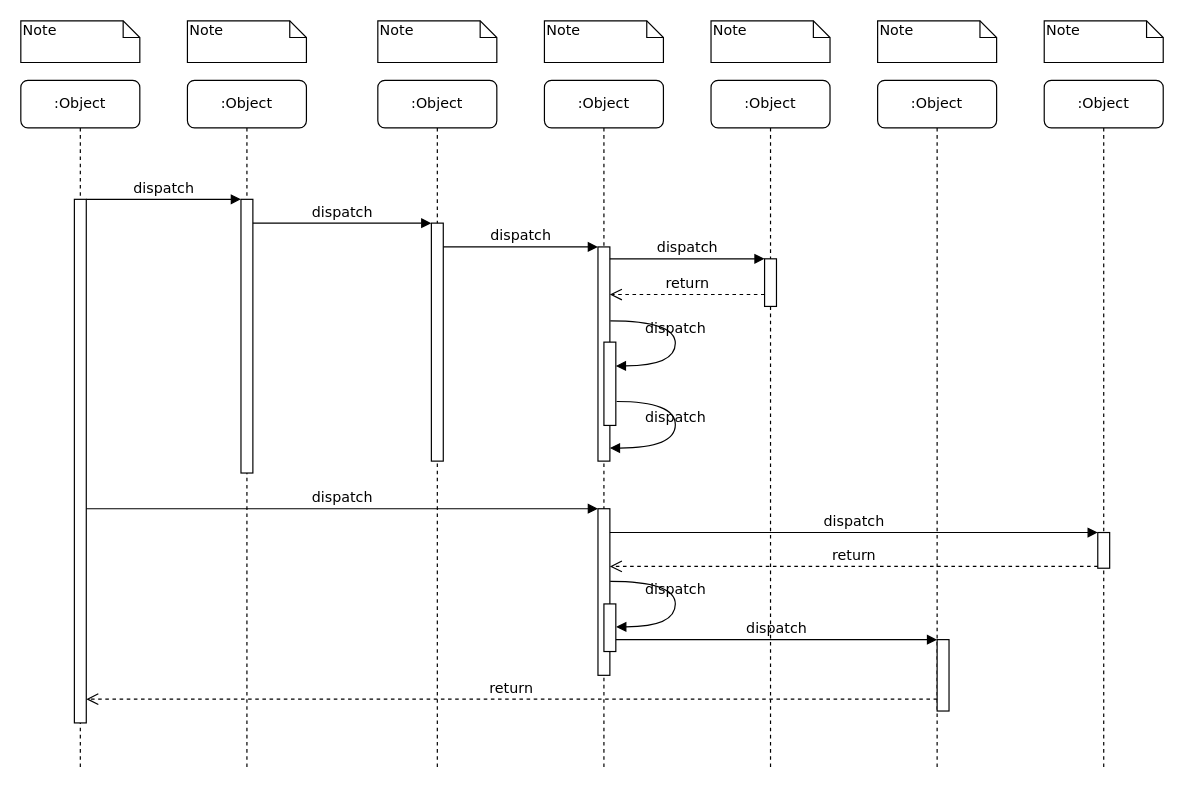
Before: UseCase/UC007_Seq.drawio in ShuYu03/ShuYu03.github.io, a draw.io diagram. Source tidied: cells renumbered, new cells numbered last; positions are measured from the earlier drawing's top-left corner, leaving out a move shared by most shapes. Both pictures are drawn from the tidied source at 119%, with x=0, y=0 at pixel (20, 20).
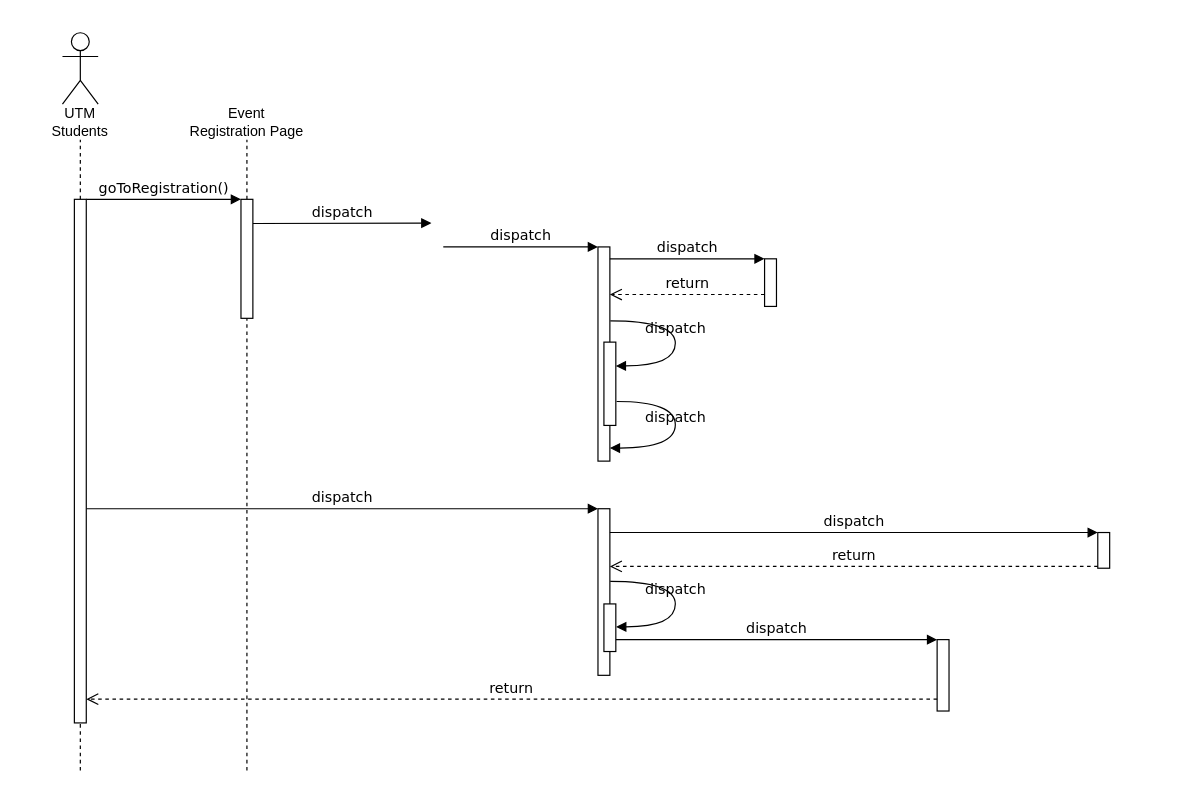
Above is the later version.

The change refers to these unchanged cells:
```xml
<mxCell id="12" style="html=1;points=[];perimeter=orthogonalPerimeter;rounded=0;shadow=0;comic=0;labelBackgroundColor=none;strokeWidth=1;fontFamily=Verdana;fontSize=12;align=center;" parent="1" vertex="1">
  <mxGeometry x="485" y="190" width="10" height="180" as="geometry" />
</mxCell>
```

Change to the diagram source:
```diff
@@
-    <mxCell id="2" value=":Object" style="shape=umlLifeline;perimeter=lifelinePerimeter;whiteSpace=wrap;html=1;rounded=1;shadow=0;comic=0;labelBackgroundColor=none;strokeWidth=1;fontFamily=Verdana;fontSize=12;align=center;" parent="1" vertex="1">
-      <mxGeometry x="140" y="50" width="100" height="580" as="geometry" />
-    </mxCell>
-    <mxCell id="3" style="html=1;points=[];perimeter=orthogonalPerimeter;rounded=0;shadow=0;comic=0;labelBackgroundColor=none;strokeWidth=1;fontFamily=Verdana;fontSize=12;align=center;" parent="2" vertex="1">
-      <mxGeometry x="45" y="100" width="10" height="230" as="geometry" />
-    </mxCell>
-    <mxCell id="4" value=":Object" style="shape=umlLifeline;perimeter=lifelinePerimeter;whiteSpace=wrap;html=1;rounded=1;shadow=0;comic=0;labelBackgroundColor=none;strokeWidth=1;fontFamily=Verdana;fontSize=12;align=center;" parent="1" vertex="1">
-      <mxGeometry x="300" y="50" width="100" height="580" as="geometry" />
-    </mxCell>
-    <mxCell id="5" style="html=1;points=[];perimeter=orthogonalPerimeter;rounded=0;shadow=0;comic=0;labelBackgroundColor=none;strokeWidth=1;fontFamily=Verdana;fontSize=12;align=center;" parent="4" vertex="1">
-      <mxGeometry x="45" y="120" width="10" height="200" as="geometry" />
-    </mxCell>
-    <mxCell id="6" value=":Object" style="shape=umlLifeline;perimeter=lifelinePerimeter;whiteSpace=wrap;html=1;rounded=1;shadow=0;comic=0;labelBackgroundColor=none;strokeWidth=1;fontFamily=Verdana;fontSize=12;align=center;" parent="1" vertex="1">
-      <mxGeometry x="440" y="50" width="100" height="580" as="geometry" />
-    </mxCell>
-    <mxCell id="7" value=":Object" style="shape=umlLifeline;perimeter=lifelinePerimeter;whiteSpace=wrap;html=1;rounded=1;shadow=0;comic=0;labelBackgroundColor=none;strokeWidth=1;fontFamily=Verdana;fontSize=12;align=center;" parent="1" vertex="1">
-      <mxGeometry x="580" y="50" width="100" height="580" as="geometry" />
-    </mxCell>
-    <mxCell id="8" value=":Object" style="shape=umlLifeline;perimeter=lifelinePerimeter;whiteSpace=wrap;html=1;rounded=1;shadow=0;comic=0;labelBackgroundColor=none;strokeWidth=1;fontFamily=Verdana;fontSize=12;align=center;" parent="1" vertex="1">
-      <mxGeometry x="720" y="50" width="100" height="580" as="geometry" />
-    </mxCell>
-    <mxCell id="9" value=":Object" style="shape=umlLifeline;perimeter=lifelinePerimeter;whiteSpace=wrap;html=1;rounded=1;shadow=0;comic=0;labelBackgroundColor=none;strokeWidth=1;fontFamily=Verdana;fontSize=12;align=center;" parent="1" vertex="1">
-      <mxGeometry x="860" y="50" width="100" height="580" as="geometry" />
-    </mxCell>
-    <mxCell id="10" value=":Object" style="shape=umlLifeline;perimeter=lifelinePerimeter;whiteSpace=wrap;html=1;rounded=1;shadow=0;comic=0;labelBackgroundColor=none;strokeWidth=1;fontFamily=Verdana;fontSize=12;align=center;" parent="1" vertex="1">
-      <mxGeometry y="50" width="100" height="580" as="geometry" />
-    </mxCell>
-    <mxCell id="11" style="html=1;points=[];perimeter=orthogonalPerimeter;rounded=0;shadow=0;comic=0;labelBackgroundColor=none;strokeWidth=1;fontFamily=Verdana;fontSize=12;align=center;" parent="10" vertex="1">
-      <mxGeometry x="45" y="100" width="10" height="440" as="geometry" />
-    </mxCell>
+    <mxCell id="39" style="group;" parent="1" vertex="1">
+      <mxGeometry x="20" y="70" width="60" height="560" as="geometry" />
+    </mxCell>
+    <mxCell id="40" value="UTM Students" style="text;strokeColor=none;align=center;fillColor=none;html=1;verticalAlign=middle;whiteSpace=wrap;rounded=0;" parent="39" vertex="1">
+      <mxGeometry width="60" height="30" as="geometry" />
+    </mxCell>
+    <mxCell id="41" style="endArrow=none;dashed=1;html=1;rounded=0;entryX=0.5;entryY=1;entryDx=0;entryDy=0;" parent="39" edge="1" target="40">
+      <mxGeometry relative="1" as="geometry">
+        <mxPoint x="30" y="560" as="sourcePoint" />
+      </mxGeometry>
+    </mxCell>
@@
-    <mxCell id="13" value="dispatch" style="html=1;verticalAlign=bottom;endArrow=block;labelBackgroundColor=none;fontFamily=Verdana;fontSize=12;edgeStyle=elbowEdgeStyle;elbow=vertical;" parent="1" edge="1" source="5" target="12">
+    <mxCell id="13" value="dispatch" style="html=1;verticalAlign=bottom;endArrow=block;labelBackgroundColor=none;fontFamily=Verdana;fontSize=12;edgeStyle=elbowEdgeStyle;elbow=vertical;" parent="1" edge="1" target="12">
       <mxGeometry relative="1" as="geometry">
+        <mxPoint x="355" y="190" as="sourcePoint" />
         <Array as="points">
           <mxPoint x="360" y="190" />
         </Array>
       </mxGeometry>
     </mxCell>
@@
-    <mxCell id="25" value="dispatch" style="html=1;verticalAlign=bottom;endArrow=block;entryX=0;entryY=0;labelBackgroundColor=none;fontFamily=Verdana;fontSize=12;edgeStyle=elbowEdgeStyle;elbow=vertical;" parent="1" edge="1" source="11" target="3">
-      <mxGeometry relative="1" as="geometry" />
+    <mxCell id="25" value="goToRegistration()" style="html=1;verticalAlign=bottom;endArrow=block;entryX=0;entryY=0;labelBackgroundColor=none;fontFamily=Verdana;fontSize=12;edgeStyle=elbowEdgeStyle;elbow=vertical;" parent="1" edge="1" source="11">
+      <mxGeometry relative="1" as="geometry">
+        <mxPoint x="185" y="150" as="targetPoint" />
+      </mxGeometry>
     </mxCell>
-    <mxCell id="26" value="dispatch" style="html=1;verticalAlign=bottom;endArrow=block;entryX=0;entryY=0;labelBackgroundColor=none;fontFamily=Verdana;fontSize=12;edgeStyle=elbowEdgeStyle;elbow=vertical;" parent="1" edge="1" source="3" target="5">
-      <mxGeometry relative="1" as="geometry" />
+    <mxCell id="26" value="dispatch" style="html=1;verticalAlign=bottom;endArrow=block;entryX=0;entryY=0;labelBackgroundColor=none;fontFamily=Verdana;fontSize=12;edgeStyle=elbowEdgeStyle;elbow=vertical;" parent="1" edge="1">
+      <mxGeometry relative="1" as="geometry">
+        <mxPoint x="195" y="170.3" as="sourcePoint" />
+        <mxPoint x="345" y="170" as="targetPoint" />
+      </mxGeometry>
     </mxCell>
@@
-    <mxCell id="32" value="Note" style="shape=note;whiteSpace=wrap;html=1;size=14;verticalAlign=top;align=left;spacingTop=-6;rounded=0;shadow=0;comic=0;labelBackgroundColor=none;strokeWidth=1;fontFamily=Verdana;fontSize=12;" parent="1" vertex="1">
-      <mxGeometry width="100" height="35" as="geometry" />
-    </mxCell>
-    <mxCell id="33" value="Note" style="shape=note;whiteSpace=wrap;html=1;size=14;verticalAlign=top;align=left;spacingTop=-6;rounded=0;shadow=0;comic=0;labelBackgroundColor=none;strokeWidth=1;fontFamily=Verdana;fontSize=12;" parent="1" vertex="1">
-      <mxGeometry x="140" width="100" height="35" as="geometry" />
-    </mxCell>
-    <mxCell id="34" value="Note" style="shape=note;whiteSpace=wrap;html=1;size=14;verticalAlign=top;align=left;spacingTop=-6;rounded=0;shadow=0;comic=0;labelBackgroundColor=none;strokeWidth=1;fontFamily=Verdana;fontSize=12;" parent="1" vertex="1">
-      <mxGeometry x="300" width="100" height="35" as="geometry" />
-    </mxCell>
-    <mxCell id="35" value="Note" style="shape=note;whiteSpace=wrap;html=1;size=14;verticalAlign=top;align=left;spacingTop=-6;rounded=0;shadow=0;comic=0;labelBackgroundColor=none;strokeWidth=1;fontFamily=Verdana;fontSize=12;" parent="1" vertex="1">
-      <mxGeometry x="440" width="100" height="35" as="geometry" />
-    </mxCell>
-    <mxCell id="36" value="Note" style="shape=note;whiteSpace=wrap;html=1;size=14;verticalAlign=top;align=left;spacingTop=-6;rounded=0;shadow=0;comic=0;labelBackgroundColor=none;strokeWidth=1;fontFamily=Verdana;fontSize=12;" parent="1" vertex="1">
-      <mxGeometry x="580" width="100" height="35" as="geometry" />
-    </mxCell>
-    <mxCell id="37" value="Note" style="shape=note;whiteSpace=wrap;html=1;size=14;verticalAlign=top;align=left;spacingTop=-6;rounded=0;shadow=0;comic=0;labelBackgroundColor=none;strokeWidth=1;fontFamily=Verdana;fontSize=12;" parent="1" vertex="1">
-      <mxGeometry x="720" width="100" height="35" as="geometry" />
-    </mxCell>
-    <mxCell id="38" value="Note" style="shape=note;whiteSpace=wrap;html=1;size=14;verticalAlign=top;align=left;spacingTop=-6;rounded=0;shadow=0;comic=0;labelBackgroundColor=none;strokeWidth=1;fontFamily=Verdana;fontSize=12;" parent="1" vertex="1">
-      <mxGeometry x="860" width="100" height="35" as="geometry" />
-    </mxCell>
+    <mxCell id="11" style="html=1;points=[];perimeter=orthogonalPerimeter;rounded=0;shadow=0;comic=0;labelBackgroundColor=none;strokeWidth=1;fontFamily=Verdana;fontSize=12;align=center;" parent="1" vertex="1">
+      <mxGeometry x="45" y="150" width="10" height="440" as="geometry" />
+    </mxCell>
+    <mxCell id="42" style="shape=umlActor;verticalLabelPosition=bottom;verticalAlign=top;html=1;" parent="1" vertex="1">
+      <mxGeometry x="35" y="10" width="30" height="60" as="geometry" />
+    </mxCell>
+    <mxCell id="43" style="group;" parent="1" vertex="1">
+      <mxGeometry x="160" y="70" width="100" height="560" as="geometry" />
+    </mxCell>
+    <mxCell id="44" value="Event Registration Page" style="text;strokeColor=none;align=center;fillColor=none;html=1;verticalAlign=middle;whiteSpace=wrap;rounded=0;" parent="43" vertex="1">
+      <mxGeometry x="-20" width="100" height="30" as="geometry" />
+    </mxCell>
+    <mxCell id="45" style="endArrow=none;dashed=1;html=1;rounded=0;entryX=0.5;entryY=1;entryDx=0;entryDy=0;" parent="43" edge="1" source="47" target="44">
+      <mxGeometry relative="1" as="geometry" />
+    </mxCell>
+    <mxCell id="46" style="endArrow=none;dashed=1;html=1;rounded=0;entryX=0.5;entryY=1;entryDx=0;entryDy=0;" parent="43" edge="1" target="47">
+      <mxGeometry relative="1" as="geometry">
+        <mxPoint x="30" y="560" as="sourcePoint" />
+      </mxGeometry>
+    </mxCell>
+    <mxCell id="47" style="html=1;points=[];perimeter=orthogonalPerimeter;rounded=0;shadow=0;comic=0;labelBackgroundColor=none;strokeWidth=1;fontFamily=Verdana;fontSize=12;align=center;" parent="43" vertex="1">
+      <mxGeometry x="25" y="80" width="10" height="100" as="geometry" />
+    </mxCell>
```
